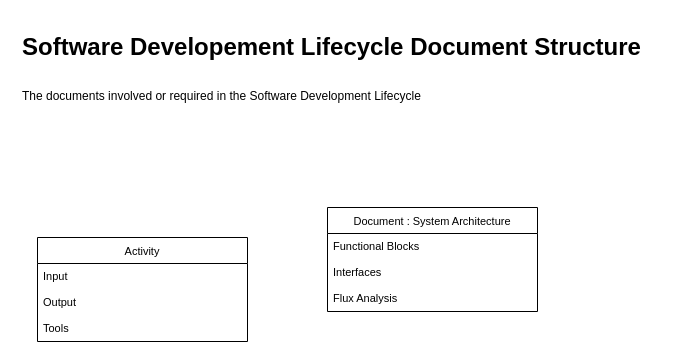
Above: page "Page-2" (2 of 2) of images/Untitled Diagram.drawio in mtitinger/zz_doc (draw.io), before the change. Source tidied: cells renumbered, new cells numbered last; positions are measured from the earlier drawing's top-left corner, leaving out a move shared by most shapes. Both pictures are drawn from the tidied source at 100%, with x=0, y=0 at pixel (17, 27).
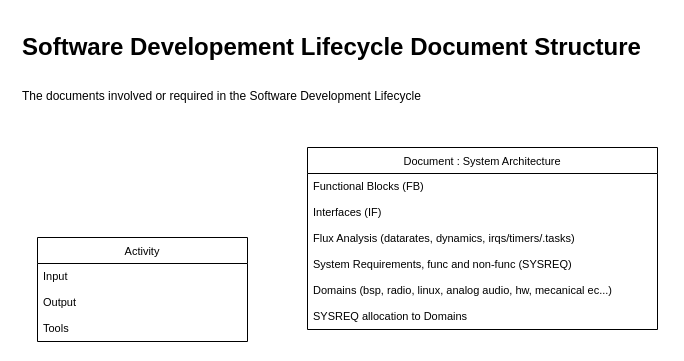
After the change.

Change to the diagram source:
```diff
@@
 <mxGraphModel>
   <root>
     <mxCell id="0" />
     <mxCell id="1" parent="0" />
     <mxCell id="2" value="&lt;h1&gt;Software Developement Lifecycle Document Structure&lt;/h1&gt;&lt;h1&gt;&lt;span style=&quot;font-size: 12px ; font-weight: normal&quot;&gt;The documents involved or required in the Software Development Lifecycle&lt;/span&gt;&lt;br&gt;&lt;/h1&gt;" style="text;html=1;strokeColor=none;fillColor=none;spacing=5;spacingTop=-20;whiteSpace=wrap;overflow=hidden;rounded=0;" parent="1" vertex="1">
       <mxGeometry width="650" height="90" as="geometry" />
     </mxCell>
     <mxCell id="3" value="Document : System Architecture" style="swimlane;fontStyle=0;horizontal=1;startSize=26;fillColor=none;rounded=0;fontSize=11;fontColor=#000000;" parent="1" vertex="1">
-      <mxGeometry x="310" y="180" width="210" height="104" as="geometry" />
+      <mxGeometry x="290" y="120" width="350" height="182" as="geometry" />
     </mxCell>
-    <mxCell id="4" value="Functional Blocks" style="text;strokeColor=none;fillColor=none;align=left;verticalAlign=top;spacingLeft=4;spacingRight=4;overflow=hidden;rounded=0;fontSize=11;fontColor=#000000;" parent="3" vertex="1">
-      <mxGeometry y="26" width="210" height="26" as="geometry" />
+    <mxCell id="4" value="Functional Blocks (FB)" style="text;strokeColor=none;fillColor=none;align=left;verticalAlign=top;spacingLeft=4;spacingRight=4;overflow=hidden;rounded=0;fontSize=11;fontColor=#000000;" parent="3" vertex="1">
+      <mxGeometry y="26" width="350" height="26" as="geometry" />
     </mxCell>
-    <mxCell id="5" value="Interfaces" style="text;strokeColor=none;fillColor=none;align=left;verticalAlign=top;spacingLeft=4;spacingRight=4;overflow=hidden;rounded=0;fontSize=11;fontColor=#000000;" parent="3" vertex="1">
-      <mxGeometry y="52" width="210" height="26" as="geometry" />
+    <mxCell id="5" value="Interfaces (IF)" style="text;strokeColor=none;fillColor=none;align=left;verticalAlign=top;spacingLeft=4;spacingRight=4;overflow=hidden;rounded=0;fontSize=11;fontColor=#000000;" parent="3" vertex="1">
+      <mxGeometry y="52" width="350" height="26" as="geometry" />
     </mxCell>
-    <mxCell id="6" value="Flux Analysis" style="text;strokeColor=none;fillColor=none;align=left;verticalAlign=top;spacingLeft=4;spacingRight=4;overflow=hidden;rounded=0;fontSize=11;fontColor=#000000;" parent="3" vertex="1">
-      <mxGeometry y="78" width="210" height="26" as="geometry" />
+    <mxCell id="6" value="Flux Analysis (datarates, dynamics, irqs/timers/.tasks)" style="text;strokeColor=none;fillColor=none;align=left;verticalAlign=top;spacingLeft=4;spacingRight=4;overflow=hidden;rounded=0;fontSize=11;fontColor=#000000;" parent="3" vertex="1">
+      <mxGeometry y="78" width="350" height="26" as="geometry" />
     </mxCell>
+    <mxCell id="11" value="System Requirements, func and non-func (SYSREQ)" style="text;strokeColor=none;fillColor=none;align=left;verticalAlign=top;spacingLeft=4;spacingRight=4;overflow=hidden;rounded=0;fontSize=11;fontColor=#000000;" parent="3" vertex="1">
+      <mxGeometry y="104" width="350" height="26" as="geometry" />
+    </mxCell>
+    <mxCell id="12" value="Domains (bsp, radio, linux, analog audio, hw, mecanical ec...)" style="text;strokeColor=none;fillColor=none;align=left;verticalAlign=top;spacingLeft=4;spacingRight=4;overflow=hidden;rounded=0;fontSize=11;fontColor=#000000;" parent="3" vertex="1">
+      <mxGeometry y="130" width="350" height="26" as="geometry" />
+    </mxCell>
+    <mxCell id="13" value="SYSREQ allocation to Domains" style="text;strokeColor=none;fillColor=none;align=left;verticalAlign=top;spacingLeft=4;spacingRight=4;overflow=hidden;rounded=0;fontSize=11;fontColor=#000000;" parent="3" vertex="1">
+      <mxGeometry y="156" width="350" height="26" as="geometry" />
+    </mxCell>
     <mxCell id="7" value="Activity" style="swimlane;fontStyle=0;horizontal=1;startSize=26;fillColor=none;rounded=0;fontSize=11;fontColor=#000000;" parent="1" vertex="1">
       <mxGeometry x="20" y="210" width="210" height="104" as="geometry" />
     </mxCell>
     <mxCell id="8" value="Input" style="text;strokeColor=none;fillColor=none;align=left;verticalAlign=top;spacingLeft=4;spacingRight=4;overflow=hidden;rounded=0;fontSize=11;fontColor=#000000;" parent="7" vertex="1">
       <mxGeometry y="26" width="210" height="26" as="geometry" />
     </mxCell>
     <mxCell id="9" value="Output" style="text;strokeColor=none;fillColor=none;align=left;verticalAlign=top;spacingLeft=4;spacingRight=4;overflow=hidden;rounded=0;fontSize=11;fontColor=#000000;" parent="7" vertex="1">
       <mxGeometry y="52" width="210" height="26" as="geometry" />
     </mxCell>
     <mxCell id="10" value="Tools" style="text;strokeColor=none;fillColor=none;align=left;verticalAlign=top;spacingLeft=4;spacingRight=4;overflow=hidden;rounded=0;fontSize=11;fontColor=#000000;" parent="7" vertex="1">
       <mxGeometry y="78" width="210" height="26" as="geometry" />
     </mxCell>
   </root>
 </mxGraphModel>
```
